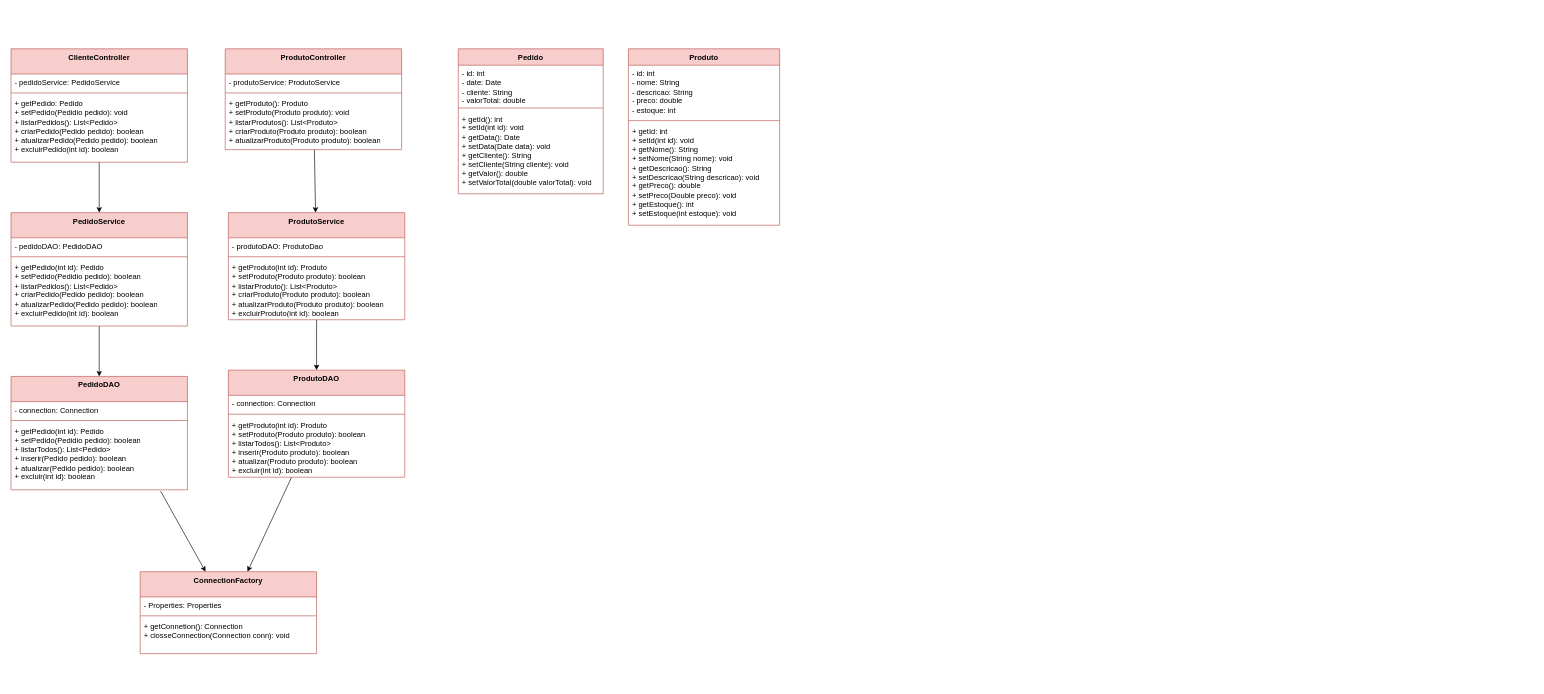
The draw.io diagram target/classes/com/tecdes/gerenciador/Gerenciador.dio in caiqueoliveira-ds/gerenciador-de-pedidos, before the edit. Source tidied: cells renumbered, new cells numbered last; positions are measured from the earlier drawing's top-left corner, leaving out a move shared by most shapes. Both pictures are drawn from the tidied source at 63%, with x=0, y=0 at pixel (11, 49).
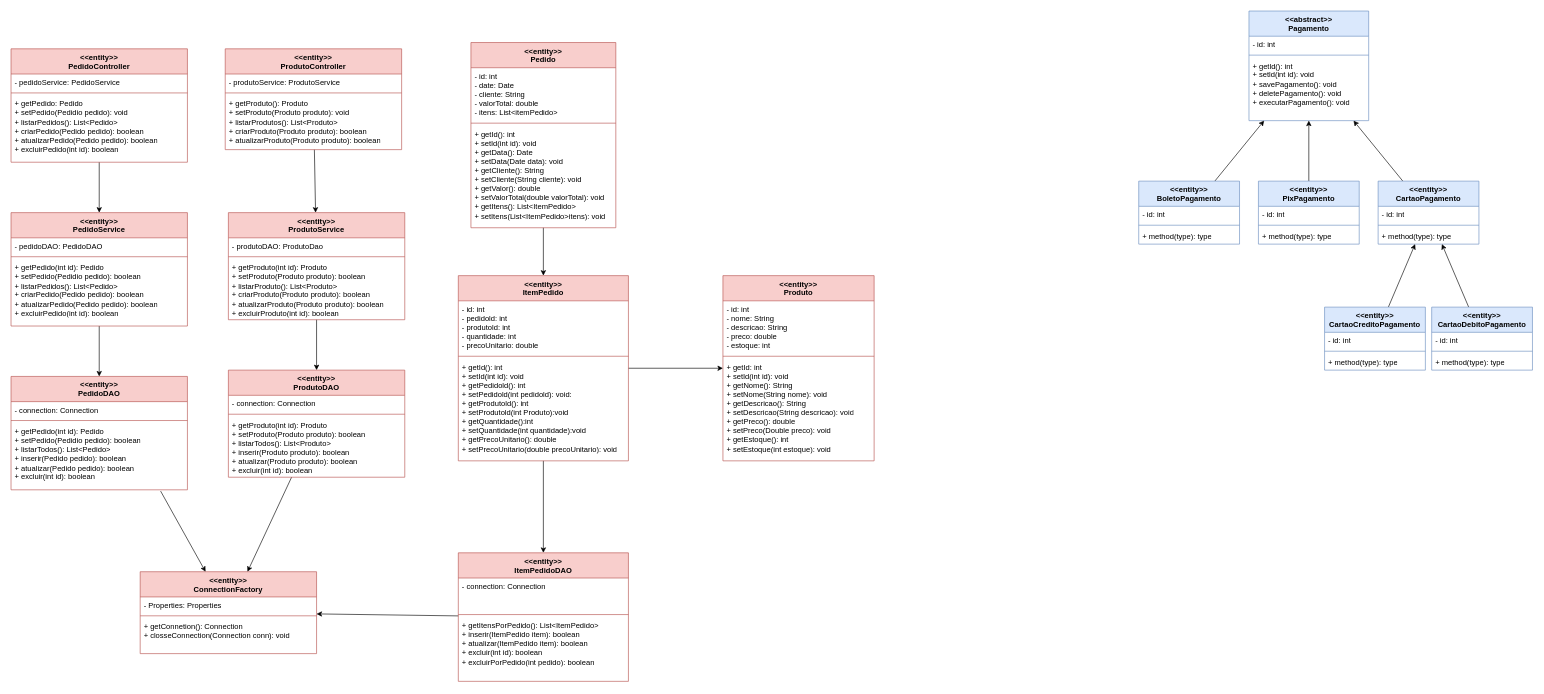
The same page after the edit.

Change to the diagram source:
```diff
@@
-    <mxCell id="3" value="ClienteController&lt;div&gt;&lt;/div&gt;" style="swimlane;fontStyle=1;align=center;verticalAlign=top;horizontal=1;startSize=40;whiteSpace=wrap;html=1;fillColor=#f8cecc;strokeColor=#b85450;" parent="1" vertex="1">
+    <mxCell id="3" value="&lt;div&gt;&amp;lt;&amp;lt;entity&amp;gt;&amp;gt;&lt;/div&gt;PedidoController&lt;div&gt;&lt;/div&gt;" style="swimlane;fontStyle=1;align=center;verticalAlign=top;horizontal=1;startSize=40;whiteSpace=wrap;html=1;fillColor=#f8cecc;strokeColor=#b85450;" parent="1" vertex="1">
       <mxGeometry width="280" height="180" as="geometry" />
     </mxCell>
@@
-    <mxCell id="8" value="PedidoService&lt;div&gt;&lt;/div&gt;" style="swimlane;fontStyle=1;align=center;verticalAlign=top;horizontal=1;startSize=40;whiteSpace=wrap;html=1;fillColor=#f8cecc;strokeColor=#b85450;" parent="1" vertex="1">
+    <mxCell id="8" value="&lt;div&gt;&amp;lt;&amp;lt;entity&amp;gt;&amp;gt;&lt;/div&gt;PedidoService&lt;div&gt;&lt;/div&gt;" style="swimlane;fontStyle=1;align=center;verticalAlign=top;horizontal=1;startSize=40;whiteSpace=wrap;html=1;fillColor=#f8cecc;strokeColor=#b85450;" parent="1" vertex="1">
       <mxGeometry y="260" width="280" height="180" as="geometry" />
     </mxCell>
@@
-    <mxCell id="12" value="ConnectionFactory&lt;div&gt;&lt;/div&gt;" style="swimlane;fontStyle=1;align=center;verticalAlign=top;horizontal=1;startSize=40;whiteSpace=wrap;html=1;fillColor=#f8cecc;strokeColor=#b85450;" parent="1" vertex="1">
+    <mxCell id="12" value="&lt;div&gt;&amp;lt;&amp;lt;entity&amp;gt;&amp;gt;&lt;/div&gt;ConnectionFactory&lt;div&gt;&lt;/div&gt;" style="swimlane;fontStyle=1;align=center;verticalAlign=top;horizontal=1;startSize=40;whiteSpace=wrap;html=1;fillColor=#f8cecc;strokeColor=#b85450;" parent="1" vertex="1">
       <mxGeometry x="205" y="830" width="280" height="130" as="geometry" />
     </mxCell>
@@
-    <mxCell id="17" value="ProdutoController&lt;div&gt;&lt;/div&gt;" style="swimlane;fontStyle=1;align=center;verticalAlign=top;horizontal=1;startSize=40;whiteSpace=wrap;html=1;fillColor=#f8cecc;strokeColor=#b85450;" parent="1" vertex="1">
+    <mxCell id="17" value="&lt;div&gt;&amp;lt;&amp;lt;entity&amp;gt;&amp;gt;&lt;/div&gt;ProdutoController&lt;div&gt;&lt;/div&gt;" style="swimlane;fontStyle=1;align=center;verticalAlign=top;horizontal=1;startSize=40;whiteSpace=wrap;html=1;fillColor=#f8cecc;strokeColor=#b85450;" parent="1" vertex="1">
       <mxGeometry x="340" width="280" height="160" as="geometry" />
     </mxCell>
@@
-    <mxCell id="22" value="ProdutoService&lt;div&gt;&lt;/div&gt;" style="swimlane;fontStyle=1;align=center;verticalAlign=top;horizontal=1;startSize=40;whiteSpace=wrap;html=1;fillColor=#f8cecc;strokeColor=#b85450;" parent="1" vertex="1">
+    <mxCell id="22" value="&lt;div&gt;&amp;lt;&amp;lt;entity&amp;gt;&amp;gt;&lt;/div&gt;ProdutoService&lt;div&gt;&lt;/div&gt;" style="swimlane;fontStyle=1;align=center;verticalAlign=top;horizontal=1;startSize=40;whiteSpace=wrap;html=1;fillColor=#f8cecc;strokeColor=#b85450;" parent="1" vertex="1">
       <mxGeometry x="345" y="260" width="280" height="170" as="geometry" />
     </mxCell>
@@
-    <mxCell id="27" value="PedidoDAO&lt;div&gt;&lt;/div&gt;" style="swimlane;fontStyle=1;align=center;verticalAlign=top;horizontal=1;startSize=40;whiteSpace=wrap;html=1;fillColor=#f8cecc;strokeColor=#b85450;" parent="1" vertex="1">
+    <mxCell id="27" value="&lt;div&gt;&amp;lt;&amp;lt;entity&amp;gt;&amp;gt;&lt;/div&gt;PedidoDAO&lt;div&gt;&lt;/div&gt;" style="swimlane;fontStyle=1;align=center;verticalAlign=top;horizontal=1;startSize=40;whiteSpace=wrap;html=1;fillColor=#f8cecc;strokeColor=#b85450;" parent="1" vertex="1">
       <mxGeometry y="520" width="280" height="180" as="geometry" />
     </mxCell>
@@
-    <mxCell id="32" value="ProdutoDAO&lt;div&gt;&lt;/div&gt;" style="swimlane;fontStyle=1;align=center;verticalAlign=top;horizontal=1;startSize=40;whiteSpace=wrap;html=1;fillColor=#f8cecc;strokeColor=#b85450;" parent="1" vertex="1">
+    <mxCell id="32" value="&lt;div&gt;&amp;lt;&amp;lt;entity&amp;gt;&amp;gt;&lt;/div&gt;ProdutoDAO&lt;div&gt;&lt;/div&gt;" style="swimlane;fontStyle=1;align=center;verticalAlign=top;horizontal=1;startSize=40;whiteSpace=wrap;html=1;fillColor=#f8cecc;strokeColor=#b85450;" parent="1" vertex="1">
       <mxGeometry x="345" y="510" width="280" height="170" as="geometry" />
     </mxCell>
@@
+    <mxCell id="44" style="edgeStyle=none;html=1;" parent="1" edge="1" source="36" target="76">
+      <mxGeometry relative="1" as="geometry" />
+    </mxCell>
-    <mxCell id="36" value="Pedido" style="swimlane;fontStyle=1;align=center;verticalAlign=top;horizontal=1;startSize=26;whiteSpace=wrap;html=1;fillColor=#f8cecc;strokeColor=#b85450;" parent="1" vertex="1">
-      <mxGeometry x="710" width="230" height="230" as="geometry" />
+    <mxCell id="36" value="&lt;div&gt;&amp;lt;&amp;lt;entity&amp;gt;&amp;gt;&lt;/div&gt;Pedido" style="swimlane;fontStyle=1;align=center;verticalAlign=top;horizontal=1;startSize=40;whiteSpace=wrap;html=1;fillColor=#f8cecc;strokeColor=#b85450;" parent="1" vertex="1">
+      <mxGeometry x="730" y="-10" width="230" height="294" as="geometry" />
     </mxCell>
-    <mxCell id="37" value="- id: int&lt;div&gt;- date: Date&lt;/div&gt;&lt;div&gt;- cliente: String&lt;/div&gt;&lt;div&gt;- valorTotal: double&lt;/div&gt;" style="text;strokeColor=none;fillColor=none;align=left;verticalAlign=top;spacingLeft=4;spacingRight=4;overflow=hidden;whiteSpace=wrap;html=1;" parent="36" vertex="1">
-      <mxGeometry y="26" width="230" height="64" as="geometry" />
+    <mxCell id="37" value="- id: int&lt;div&gt;- date: Date&lt;/div&gt;&lt;div&gt;- cliente: String&lt;/div&gt;&lt;div&gt;- valorTotal: double&lt;/div&gt;&lt;div&gt;- itens: List&amp;lt;itemPedido&amp;gt;&lt;/div&gt;" style="text;strokeColor=none;fillColor=none;align=left;verticalAlign=top;spacingLeft=4;spacingRight=4;overflow=hidden;whiteSpace=wrap;html=1;" parent="36" vertex="1">
+      <mxGeometry y="40" width="230" height="84" as="geometry" />
     </mxCell>
     <mxCell id="38" style="line;strokeWidth=1;fillColor=none;align=left;verticalAlign=middle;spacingTop=-1;spacingLeft=3;spacingRight=3;labelPosition=right;strokeColor=inherit;" parent="36" vertex="1">
-      <mxGeometry y="90" width="230" height="8" as="geometry" />
+      <mxGeometry y="124" width="230" height="8" as="geometry" />
     </mxCell>
-    <mxCell id="39" value="+ getId(): int&lt;div&gt;+ setId(int id): void&lt;/div&gt;&lt;div&gt;+ getData(): Date&lt;/div&gt;&lt;div&gt;+ setData(Date data): void&lt;/div&gt;&lt;div&gt;+ getCliente(): String&lt;/div&gt;&lt;div&gt;+ setCliente(String cliente): void&lt;/div&gt;&lt;div&gt;+ getValor(): double&lt;/div&gt;&lt;div&gt;+ setValorTotal(double valorTotal): void&lt;/div&gt;" style="text;strokeColor=none;fillColor=none;align=left;verticalAlign=top;spacingLeft=4;spacingRight=4;overflow=hidden;whiteSpace=wrap;html=1;" parent="36" vertex="1">
-      <mxGeometry y="98" width="230" height="132" as="geometry" />
+    <mxCell id="39" value="+ getId(): int&lt;div&gt;+ setId(int id): void&lt;/div&gt;&lt;div&gt;+ getData(): Date&lt;/div&gt;&lt;div&gt;+ setData(Date data): void&lt;/div&gt;&lt;div&gt;+ getCliente(): String&lt;/div&gt;&lt;div&gt;+ setCliente(String cliente): void&lt;/div&gt;&lt;div&gt;+ getValor(): double&lt;/div&gt;&lt;div&gt;+ setValorTotal(double valorTotal): void&lt;/div&gt;&lt;div&gt;+ getItens(): List&amp;lt;ItemPedido&amp;gt;&lt;/div&gt;&lt;div&gt;+ setItens(List&amp;lt;ItemPedido&amp;gt;itens): void&lt;/div&gt;" style="text;strokeColor=none;fillColor=none;align=left;verticalAlign=top;spacingLeft=4;spacingRight=4;overflow=hidden;whiteSpace=wrap;html=1;" parent="36" vertex="1">
+      <mxGeometry y="132" width="230" height="162" as="geometry" />
     </mxCell>
-    <mxCell id="40" value="Produto" style="swimlane;fontStyle=1;align=center;verticalAlign=top;horizontal=1;startSize=26;whiteSpace=wrap;html=1;fillColor=#f8cecc;strokeColor=#b85450;" parent="1" vertex="1">
-      <mxGeometry x="980" width="240" height="280" as="geometry" />
+    <mxCell id="40" value="&lt;div&gt;&amp;lt;&amp;lt;entity&amp;gt;&amp;gt;&lt;/div&gt;Produto" style="swimlane;fontStyle=1;align=center;verticalAlign=top;horizontal=1;startSize=40;whiteSpace=wrap;html=1;fillColor=#f8cecc;strokeColor=#b85450;" parent="1" vertex="1">
+      <mxGeometry x="1130" y="360" width="240" height="294" as="geometry" />
     </mxCell>
     <mxCell id="41" value="- id: int&lt;div&gt;- nome: String&lt;/div&gt;&lt;div&gt;- descricao: String&lt;/div&gt;&lt;div&gt;- preco: double&lt;/div&gt;&lt;div&gt;- estoque: int&lt;/div&gt;" style="text;strokeColor=none;fillColor=none;align=left;verticalAlign=top;spacingLeft=4;spacingRight=4;overflow=hidden;whiteSpace=wrap;html=1;" parent="40" vertex="1">
-      <mxGeometry y="26" width="240" height="84" as="geometry" />
+      <mxGeometry y="40" width="240" height="84" as="geometry" />
     </mxCell>
     <mxCell id="42" style="line;strokeWidth=1;fillColor=none;align=left;verticalAlign=middle;spacingTop=-1;spacingLeft=3;spacingRight=3;labelPosition=right;strokeColor=inherit;" parent="40" vertex="1">
-      <mxGeometry y="110" width="240" height="8" as="geometry" />
+      <mxGeometry y="124" width="240" height="8" as="geometry" />
     </mxCell>
     <mxCell id="43" value="+ getId: int&lt;div&gt;+ setId(int id): void&lt;/div&gt;&lt;div&gt;+ getNome(): String&lt;/div&gt;&lt;div&gt;+ setNome(String nome): void&lt;/div&gt;&lt;div&gt;+ getDescricao(): String&lt;/div&gt;&lt;div&gt;+ setDescricao(String descricao): void&lt;/div&gt;&lt;div&gt;+ getPreco(): double&lt;/div&gt;&lt;div&gt;+ setPreco(Double preco): void&lt;/div&gt;&lt;div&gt;+ getEstoque(): int&lt;/div&gt;&lt;div&gt;+ setEstoque(int estoque): void&lt;/div&gt;" style="text;strokeColor=none;fillColor=none;align=left;verticalAlign=top;spacingLeft=4;spacingRight=4;overflow=hidden;whiteSpace=wrap;html=1;" parent="40" vertex="1">
-      <mxGeometry y="118" width="240" height="162" as="geometry" />
+      <mxGeometry y="132" width="240" height="162" as="geometry" />
     </mxCell>
+    <mxCell id="45" value="&lt;div&gt;&amp;lt;&amp;lt;abstract&amp;gt;&amp;gt;&lt;/div&gt;Pagamento" style="swimlane;fontStyle=1;align=center;verticalAlign=top;horizontal=1;startSize=40;whiteSpace=wrap;html=1;fillColor=#dae8fc;strokeColor=#6c8ebf;" parent="1" vertex="1">
+      <mxGeometry x="1965" y="-60" width="190" height="174" as="geometry" />
+    </mxCell>
+    <mxCell id="46" value="- id: int&lt;div&gt;&lt;br&gt;&lt;/div&gt;" style="text;strokeColor=none;fillColor=none;align=left;verticalAlign=top;spacingLeft=4;spacingRight=4;overflow=hidden;whiteSpace=wrap;html=1;" parent="45" vertex="1">
+      <mxGeometry y="40" width="190" height="26" as="geometry" />
+    </mxCell>
+    <mxCell id="47" style="line;strokeWidth=1;fillColor=none;align=left;verticalAlign=middle;spacingTop=-1;spacingLeft=3;spacingRight=3;labelPosition=right;strokeColor=inherit;" parent="45" vertex="1">
+      <mxGeometry y="66" width="190" height="8" as="geometry" />
+    </mxCell>
+    <mxCell id="48" value="+ getld(): int&lt;div&gt;+ setld(int id): void&lt;/div&gt;&lt;div&gt;+ savePagamento(): void&lt;/div&gt;&lt;div&gt;+ deletePagamento(): void&lt;/div&gt;&lt;div&gt;+ executarPagamento(): void&lt;/div&gt;" style="text;strokeColor=none;fillColor=none;align=left;verticalAlign=top;spacingLeft=4;spacingRight=4;overflow=hidden;whiteSpace=wrap;html=1;" parent="45" vertex="1">
+      <mxGeometry y="74" width="190" height="100" as="geometry" />
+    </mxCell>
+    <mxCell id="49" style="edgeStyle=none;html=1;" parent="1" edge="1" source="50" target="45">
+      <mxGeometry relative="1" as="geometry" />
+    </mxCell>
+    <mxCell id="50" value="&lt;div&gt;&amp;lt;&amp;lt;entity&amp;gt;&amp;gt;&lt;/div&gt;BoletoPagamento" style="swimlane;fontStyle=1;align=center;verticalAlign=top;horizontal=1;startSize=40;whiteSpace=wrap;html=1;fillColor=#dae8fc;strokeColor=#6c8ebf;" parent="1" vertex="1">
+      <mxGeometry x="1790" y="210" width="160" height="100" as="geometry" />
+    </mxCell>
+    <mxCell id="51" value="- id: int&lt;div&gt;&lt;br&gt;&lt;/div&gt;" style="text;strokeColor=none;fillColor=none;align=left;verticalAlign=top;spacingLeft=4;spacingRight=4;overflow=hidden;whiteSpace=wrap;html=1;" parent="50" vertex="1">
+      <mxGeometry y="40" width="160" height="26" as="geometry" />
+    </mxCell>
+    <mxCell id="52" style="line;strokeWidth=1;fillColor=none;align=left;verticalAlign=middle;spacingTop=-1;spacingLeft=3;spacingRight=3;labelPosition=right;strokeColor=inherit;" parent="50" vertex="1">
+      <mxGeometry y="66" width="160" height="8" as="geometry" />
+    </mxCell>
+    <mxCell id="53" value="+ method(type): type" style="text;strokeColor=none;fillColor=none;align=left;verticalAlign=top;spacingLeft=4;spacingRight=4;overflow=hidden;whiteSpace=wrap;html=1;" parent="50" vertex="1">
+      <mxGeometry y="74" width="160" height="26" as="geometry" />
+    </mxCell>
+    <mxCell id="54" style="edgeStyle=none;html=1;" parent="1" edge="1" source="55" target="45">
+      <mxGeometry relative="1" as="geometry" />
+    </mxCell>
+    <mxCell id="55" value="&lt;div&gt;&amp;lt;&amp;lt;entity&amp;gt;&amp;gt;&lt;/div&gt;PixPagamento" style="swimlane;fontStyle=1;align=center;verticalAlign=top;horizontal=1;startSize=40;whiteSpace=wrap;html=1;fillColor=#dae8fc;strokeColor=#6c8ebf;" parent="1" vertex="1">
+      <mxGeometry x="1980" y="210" width="160" height="100" as="geometry" />
+    </mxCell>
+    <mxCell id="56" value="- id: int&lt;div&gt;&lt;br&gt;&lt;/div&gt;" style="text;strokeColor=none;fillColor=none;align=left;verticalAlign=top;spacingLeft=4;spacingRight=4;overflow=hidden;whiteSpace=wrap;html=1;" parent="55" vertex="1">
+      <mxGeometry y="40" width="160" height="26" as="geometry" />
+    </mxCell>
+    <mxCell id="57" style="line;strokeWidth=1;fillColor=none;align=left;verticalAlign=middle;spacingTop=-1;spacingLeft=3;spacingRight=3;labelPosition=right;strokeColor=inherit;" parent="55" vertex="1">
+      <mxGeometry y="66" width="160" height="8" as="geometry" />
+    </mxCell>
+    <mxCell id="58" value="+ method(type): type" style="text;strokeColor=none;fillColor=none;align=left;verticalAlign=top;spacingLeft=4;spacingRight=4;overflow=hidden;whiteSpace=wrap;html=1;" parent="55" vertex="1">
+      <mxGeometry y="74" width="160" height="26" as="geometry" />
+    </mxCell>
+    <mxCell id="59" style="edgeStyle=none;html=1;" parent="1" edge="1" source="60" target="45">
+      <mxGeometry relative="1" as="geometry" />
+    </mxCell>
+    <mxCell id="60" value="&lt;div&gt;&amp;lt;&amp;lt;entity&amp;gt;&amp;gt;&lt;/div&gt;CartaoPagamento" style="swimlane;fontStyle=1;align=center;verticalAlign=top;horizontal=1;startSize=40;whiteSpace=wrap;html=1;fillColor=#dae8fc;strokeColor=#6c8ebf;" parent="1" vertex="1">
+      <mxGeometry x="2170" y="210" width="160" height="100" as="geometry" />
+    </mxCell>
+    <mxCell id="61" value="- id: int&lt;div&gt;&lt;br&gt;&lt;/div&gt;" style="text;strokeColor=none;fillColor=none;align=left;verticalAlign=top;spacingLeft=4;spacingRight=4;overflow=hidden;whiteSpace=wrap;html=1;" parent="60" vertex="1">
+      <mxGeometry y="40" width="160" height="26" as="geometry" />
+    </mxCell>
+    <mxCell id="62" style="line;strokeWidth=1;fillColor=none;align=left;verticalAlign=middle;spacingTop=-1;spacingLeft=3;spacingRight=3;labelPosition=right;strokeColor=inherit;" parent="60" vertex="1">
+      <mxGeometry y="66" width="160" height="8" as="geometry" />
+    </mxCell>
+    <mxCell id="63" value="+ method(type): type" style="text;strokeColor=none;fillColor=none;align=left;verticalAlign=top;spacingLeft=4;spacingRight=4;overflow=hidden;whiteSpace=wrap;html=1;" parent="60" vertex="1">
+      <mxGeometry y="74" width="160" height="26" as="geometry" />
+    </mxCell>
+    <mxCell id="64" style="edgeStyle=none;html=1;" parent="1" edge="1" source="65" target="60">
+      <mxGeometry relative="1" as="geometry" />
+    </mxCell>
+    <mxCell id="65" value="&lt;div&gt;&amp;lt;&amp;lt;entity&amp;gt;&amp;gt;&lt;/div&gt;CartaoCreditoPagamento" style="swimlane;fontStyle=1;align=center;verticalAlign=top;horizontal=1;startSize=40;whiteSpace=wrap;html=1;fillColor=#dae8fc;strokeColor=#6c8ebf;" parent="1" vertex="1">
+      <mxGeometry x="2085" y="410" width="160" height="100" as="geometry" />
+    </mxCell>
+    <mxCell id="66" value="- id: int&lt;div&gt;&lt;br&gt;&lt;/div&gt;" style="text;strokeColor=none;fillColor=none;align=left;verticalAlign=top;spacingLeft=4;spacingRight=4;overflow=hidden;whiteSpace=wrap;html=1;" parent="65" vertex="1">
+      <mxGeometry y="40" width="160" height="26" as="geometry" />
+    </mxCell>
+    <mxCell id="67" style="line;strokeWidth=1;fillColor=none;align=left;verticalAlign=middle;spacingTop=-1;spacingLeft=3;spacingRight=3;labelPosition=right;strokeColor=inherit;" parent="65" vertex="1">
+      <mxGeometry y="66" width="160" height="8" as="geometry" />
+    </mxCell>
+    <mxCell id="68" value="+ method(type): type" style="text;strokeColor=none;fillColor=none;align=left;verticalAlign=top;spacingLeft=4;spacingRight=4;overflow=hidden;whiteSpace=wrap;html=1;" parent="65" vertex="1">
+      <mxGeometry y="74" width="160" height="26" as="geometry" />
+    </mxCell>
+    <mxCell id="69" style="edgeStyle=none;html=1;" parent="1" edge="1" source="70" target="60">
+      <mxGeometry relative="1" as="geometry" />
+    </mxCell>
+    <mxCell id="70" value="&lt;div&gt;&amp;lt;&amp;lt;entity&amp;gt;&amp;gt;&lt;/div&gt;CartaoDebitoPagamento" style="swimlane;fontStyle=1;align=center;verticalAlign=top;horizontal=1;startSize=40;whiteSpace=wrap;html=1;fillColor=#dae8fc;strokeColor=#6c8ebf;" parent="1" vertex="1">
+      <mxGeometry x="2255" y="410" width="160" height="100" as="geometry" />
+    </mxCell>
+    <mxCell id="71" value="- id: int&lt;div&gt;&lt;br&gt;&lt;/div&gt;" style="text;strokeColor=none;fillColor=none;align=left;verticalAlign=top;spacingLeft=4;spacingRight=4;overflow=hidden;whiteSpace=wrap;html=1;" parent="70" vertex="1">
+      <mxGeometry y="40" width="160" height="26" as="geometry" />
+    </mxCell>
+    <mxCell id="72" style="line;strokeWidth=1;fillColor=none;align=left;verticalAlign=middle;spacingTop=-1;spacingLeft=3;spacingRight=3;labelPosition=right;strokeColor=inherit;" parent="70" vertex="1">
+      <mxGeometry y="66" width="160" height="8" as="geometry" />
+    </mxCell>
+    <mxCell id="73" value="+ method(type): type" style="text;strokeColor=none;fillColor=none;align=left;verticalAlign=top;spacingLeft=4;spacingRight=4;overflow=hidden;whiteSpace=wrap;html=1;" parent="70" vertex="1">
+      <mxGeometry y="74" width="160" height="26" as="geometry" />
+    </mxCell>
+    <mxCell id="74" style="edgeStyle=none;html=1;" parent="1" edge="1" source="76" target="40">
+      <mxGeometry relative="1" as="geometry" />
+    </mxCell>
+    <mxCell id="75" style="edgeStyle=none;html=1;" parent="1" edge="1" source="76" target="81">
+      <mxGeometry relative="1" as="geometry" />
+    </mxCell>
+    <mxCell id="76" value="&lt;div&gt;&amp;lt;&amp;lt;entity&amp;gt;&amp;gt;&lt;/div&gt;ItemPedido" style="swimlane;fontStyle=1;align=center;verticalAlign=top;horizontal=1;startSize=40;whiteSpace=wrap;html=1;fillColor=#f8cecc;strokeColor=#b85450;" parent="1" vertex="1">
+      <mxGeometry x="710" y="360" width="270" height="294" as="geometry" />
+    </mxCell>
+    <mxCell id="77" value="- id: int&lt;div&gt;- pedidold: int&lt;span style=&quot;color: rgb(63, 63, 63); background-color: transparent;&quot;&gt;&amp;nbsp;&lt;/span&gt;&lt;/div&gt;&lt;div&gt;- produtold: int&lt;/div&gt;&lt;div&gt;- quantidade: int&lt;/div&gt;&lt;div&gt;- precoUnitario: double&lt;/div&gt;" style="text;strokeColor=none;fillColor=none;align=left;verticalAlign=top;spacingLeft=4;spacingRight=4;overflow=hidden;whiteSpace=wrap;html=1;" parent="76" vertex="1">
+      <mxGeometry y="40" width="270" height="84" as="geometry" />
+    </mxCell>
+    <mxCell id="78" style="line;strokeWidth=1;fillColor=none;align=left;verticalAlign=middle;spacingTop=-1;spacingLeft=3;spacingRight=3;labelPosition=right;strokeColor=inherit;" parent="76" vertex="1">
+      <mxGeometry y="124" width="270" height="8" as="geometry" />
+    </mxCell>
+    <mxCell id="79" value="+ getId(): int&lt;div&gt;+ setId(int id): void&lt;/div&gt;&lt;div&gt;+ getPedidold(): int&lt;/div&gt;&lt;div&gt;+ setPedidold(int pedidold): void:&lt;/div&gt;&lt;div&gt;+ getProdutold(): int&lt;/div&gt;&lt;div&gt;+ setProdutold(int Produto):void&lt;/div&gt;&lt;div&gt;+ getQuantidade():int&lt;/div&gt;&lt;div&gt;+ setQuantidade(int quantidade):void&lt;/div&gt;&lt;div&gt;+ getPrecoUnitario(): double&lt;/div&gt;&lt;div&gt;+ setPrecoUnitario(double precoUnitario): void&lt;/div&gt;" style="text;strokeColor=none;fillColor=none;align=left;verticalAlign=top;spacingLeft=4;spacingRight=4;overflow=hidden;whiteSpace=wrap;html=1;" parent="76" vertex="1">
+      <mxGeometry y="132" width="270" height="162" as="geometry" />
+    </mxCell>
+    <mxCell id="80" style="edgeStyle=none;html=1;" parent="1" edge="1" source="81" target="12">
+      <mxGeometry relative="1" as="geometry" />
+    </mxCell>
+    <mxCell id="81" value="&lt;div&gt;&amp;lt;&amp;lt;entity&amp;gt;&amp;gt;&lt;/div&gt;ItemPedidoDAO" style="swimlane;fontStyle=1;align=center;verticalAlign=top;horizontal=1;startSize=40;whiteSpace=wrap;html=1;fillColor=#f8cecc;strokeColor=#b85450;" parent="1" vertex="1">
+      <mxGeometry x="710" y="800" width="270" height="204" as="geometry" />
+    </mxCell>
+    <mxCell id="82" value="- connection: Connection" style="text;strokeColor=none;fillColor=none;align=left;verticalAlign=top;spacingLeft=4;spacingRight=4;overflow=hidden;whiteSpace=wrap;html=1;" parent="81" vertex="1">
+      <mxGeometry y="40" width="270" height="54" as="geometry" />
+    </mxCell>
+    <mxCell id="83" style="line;strokeWidth=1;fillColor=none;align=left;verticalAlign=middle;spacingTop=-1;spacingLeft=3;spacingRight=3;labelPosition=right;strokeColor=inherit;" parent="81" vertex="1">
+      <mxGeometry y="94" width="270" height="8" as="geometry" />
+    </mxCell>
+    <mxCell id="84" value="+ getItensPorPedido(): List&amp;lt;ItemPedido&amp;gt;&lt;div&gt;+ inserir(ItemPedido item): boolean&lt;/div&gt;&lt;div&gt;+ atualizar(ItemPedido item): boolean&lt;/div&gt;&lt;div&gt;+ excluir(int id): boolean&lt;/div&gt;&lt;div&gt;+ excluirPorPedido(int pedido): boolean&amp;nbsp;&lt;/div&gt;" style="text;strokeColor=none;fillColor=none;align=left;verticalAlign=top;spacingLeft=4;spacingRight=4;overflow=hidden;whiteSpace=wrap;html=1;" parent="81" vertex="1">
+      <mxGeometry y="102" width="270" height="102" as="geometry" />
+    </mxCell>
```
